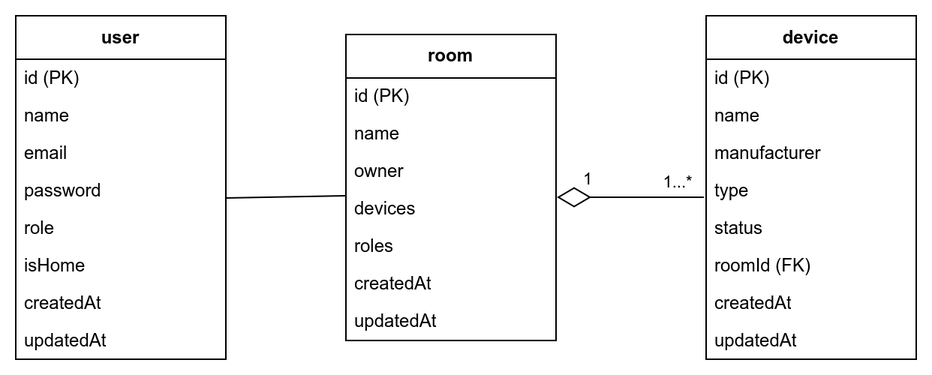
Earlier version of the draw.io export smart-home-diagram.png (manuelhier/DHBW_Portfolio_VertSysteme). Source tidied: cells renumbered, new cells last; positions are measured from the earlier drawing's top-left corner, leaving out a move shared by most shapes.
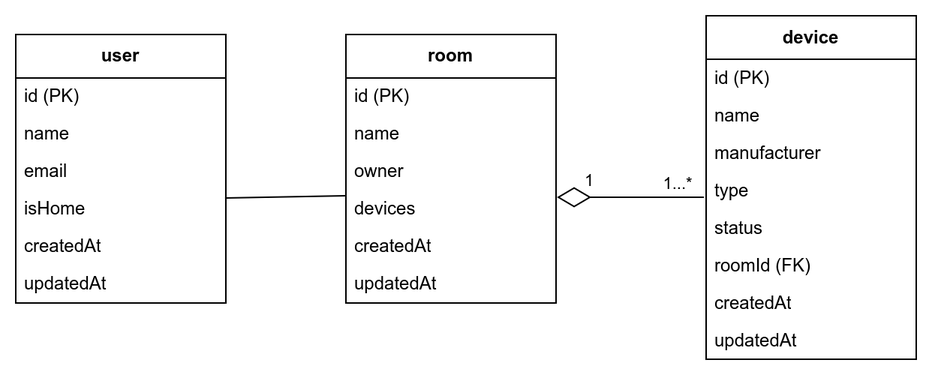
After the change.

Diff of the diagram source:
```diff
@@ -29,13 +29,14 @@
     <mxCell id="10" value="updatedAt" style="text;html=1;strokeColor=none;fillColor=none;align=left;verticalAlign=middle;spacingLeft=4;spacingRight=4;overflow=hidden;whiteSpace=wrap;" parent="2" vertex="1">
       <mxGeometry y="204" width="140" height="25" as="geometry" />
     </mxCell>
-    <mxCell id="11" style="html=1;endArrow=none;endFill=0;entryX=0.996;entryY=0.7;entryDx=0;entryDy=0;entryPerimeter=0;" parent="1" edge="1" target="24">
+    <mxCell id="11" style="html=1;endArrow=none;endFill=0;entryX=0.996;entryY=0.7;entryDx=0;entryDy=0;entryPerimeter=0;startArrow=none;startFill=0;endSize=20;startSize=20;" parent="1" edge="1">
       <mxGeometry relative="1" as="geometry">
         <mxPoint x="220" y="120" as="sourcePoint" />
+        <mxPoint x="139.4" y="121.5" as="targetPoint" />
       </mxGeometry>
     </mxCell>
     <mxCell id="12" value="room" style="swimlane;fontStyle=1;align=center;verticalAlign=middle;horizontal=1;startSize=29;html=1;whiteSpace=wrap;" parent="1" vertex="1">
-      <mxGeometry x="220" y="12.5" width="140" height="204" as="geometry" />
+      <mxGeometry x="220" y="12.5" width="140" height="179" as="geometry" />
     </mxCell>
     <mxCell id="13" value="id (PK)" style="text;html=1;strokeColor=none;fillColor=none;align=left;verticalAlign=middle;spacingLeft=4;spacingRight=4;overflow=hidden;whiteSpace=wrap;" parent="12" vertex="1">
       <mxGeometry y="29" width="140" height="25" as="geometry" />
@@ -49,17 +50,14 @@
     <mxCell id="16" value="devices" style="text;html=1;strokeColor=none;fillColor=none;align=left;verticalAlign=middle;spacingLeft=4;spacingRight=4;overflow=hidden;points=[[0,0.5],[1,0.5]];portConstraint=eastwest;whiteSpace=wrap;" parent="12" vertex="1">
       <mxGeometry y="104" width="140" height="25" as="geometry" />
     </mxCell>
-    <mxCell id="17" value="roles" style="text;html=1;strokeColor=none;fillColor=none;align=left;verticalAlign=middle;spacingLeft=4;spacingRight=4;overflow=hidden;whiteSpace=wrap;" parent="12" vertex="1">
-      <mxGeometry y="129" width="140" height="25" as="geometry" />
-    </mxCell>
     <mxCell id="18" value="createdAt" style="text;html=1;strokeColor=none;fillColor=none;align=left;verticalAlign=middle;spacingLeft=4;spacingRight=4;overflow=hidden;whiteSpace=wrap;" parent="12" vertex="1">
-      <mxGeometry y="154" width="140" height="25" as="geometry" />
+      <mxGeometry y="129" width="140" height="25" as="geometry" />
     </mxCell>
     <mxCell id="19" value="updatedAt" style="text;html=1;strokeColor=none;fillColor=none;align=left;verticalAlign=middle;spacingLeft=4;spacingRight=4;overflow=hidden;whiteSpace=wrap;" parent="12" vertex="1">
-      <mxGeometry y="179" width="140" height="25" as="geometry" />
+      <mxGeometry y="154" width="140" height="25" as="geometry" />
     </mxCell>
     <mxCell id="20" value="user" style="swimlane;fontStyle=1;align=center;verticalAlign=middle;horizontal=1;startSize=29;html=1;whiteSpace=wrap;" parent="1" vertex="1">
-      <mxGeometry width="140" height="229" as="geometry" />
+      <mxGeometry y="12.5" width="140" height="179" as="geometry" />
     </mxCell>
     <mxCell id="21" value="id (PK)" style="text;html=1;strokeColor=none;fillColor=none;align=left;verticalAlign=middle;spacingLeft=4;spacingRight=4;overflow=hidden;whiteSpace=wrap;" parent="20" vertex="1">
       <mxGeometry y="29" width="140" height="25" as="geometry" />
@@ -70,20 +68,14 @@
     <mxCell id="23" value="email" style="text;html=1;strokeColor=none;fillColor=none;align=left;verticalAlign=middle;spacingLeft=4;spacingRight=4;overflow=hidden;whiteSpace=wrap;" parent="20" vertex="1">
       <mxGeometry y="79" width="140" height="25" as="geometry" />
     </mxCell>
-    <mxCell id="24" value="password" style="text;html=1;strokeColor=none;fillColor=none;align=left;verticalAlign=middle;spacingLeft=4;spacingRight=4;overflow=hidden;points=[[0,0.5],[1,0.5]];portConstraint=eastwest;whiteSpace=wrap;" parent="20" vertex="1">
-      <mxGeometry y="104" width="140" height="25" as="geometry" />
-    </mxCell>
-    <mxCell id="25" value="role" style="text;html=1;strokeColor=none;fillColor=none;align=left;verticalAlign=middle;spacingLeft=4;spacingRight=4;overflow=hidden;whiteSpace=wrap;" parent="20" vertex="1">
-      <mxGeometry y="129" width="140" height="25" as="geometry" />
-    </mxCell>
     <mxCell id="26" value="isHome" style="text;html=1;strokeColor=none;fillColor=none;align=left;verticalAlign=middle;spacingLeft=4;spacingRight=4;overflow=hidden;whiteSpace=wrap;" parent="20" vertex="1">
-      <mxGeometry y="154" width="140" height="25" as="geometry" />
+      <mxGeometry y="104" width="140" height="25" as="geometry" />
     </mxCell>
     <mxCell id="27" value="createdAt" style="text;html=1;strokeColor=none;fillColor=none;align=left;verticalAlign=middle;spacingLeft=4;spacingRight=4;overflow=hidden;whiteSpace=wrap;" parent="20" vertex="1">
-      <mxGeometry y="179" width="140" height="25" as="geometry" />
+      <mxGeometry y="129" width="140" height="25" as="geometry" />
     </mxCell>
     <mxCell id="28" value="updatedAt" style="text;html=1;strokeColor=none;fillColor=none;align=left;verticalAlign=middle;spacingLeft=4;spacingRight=4;overflow=hidden;whiteSpace=wrap;" parent="20" vertex="1">
-      <mxGeometry y="204" width="140" height="25" as="geometry" />
+      <mxGeometry y="154" width="140" height="25" as="geometry" />
     </mxCell>
     <mxCell id="29" style="edgeStyle=none;html=1;entryX=1.004;entryY=0.18;entryDx=0;entryDy=0;entryPerimeter=0;endArrow=diamondThin;endFill=0;exitX=-0.011;exitY=0.68;exitDx=0;exitDy=0;exitPerimeter=0;endSize=20;" parent="1" edge="1" source="6" target="16">
       <mxGeometry relative="1" as="geometry" />
```
